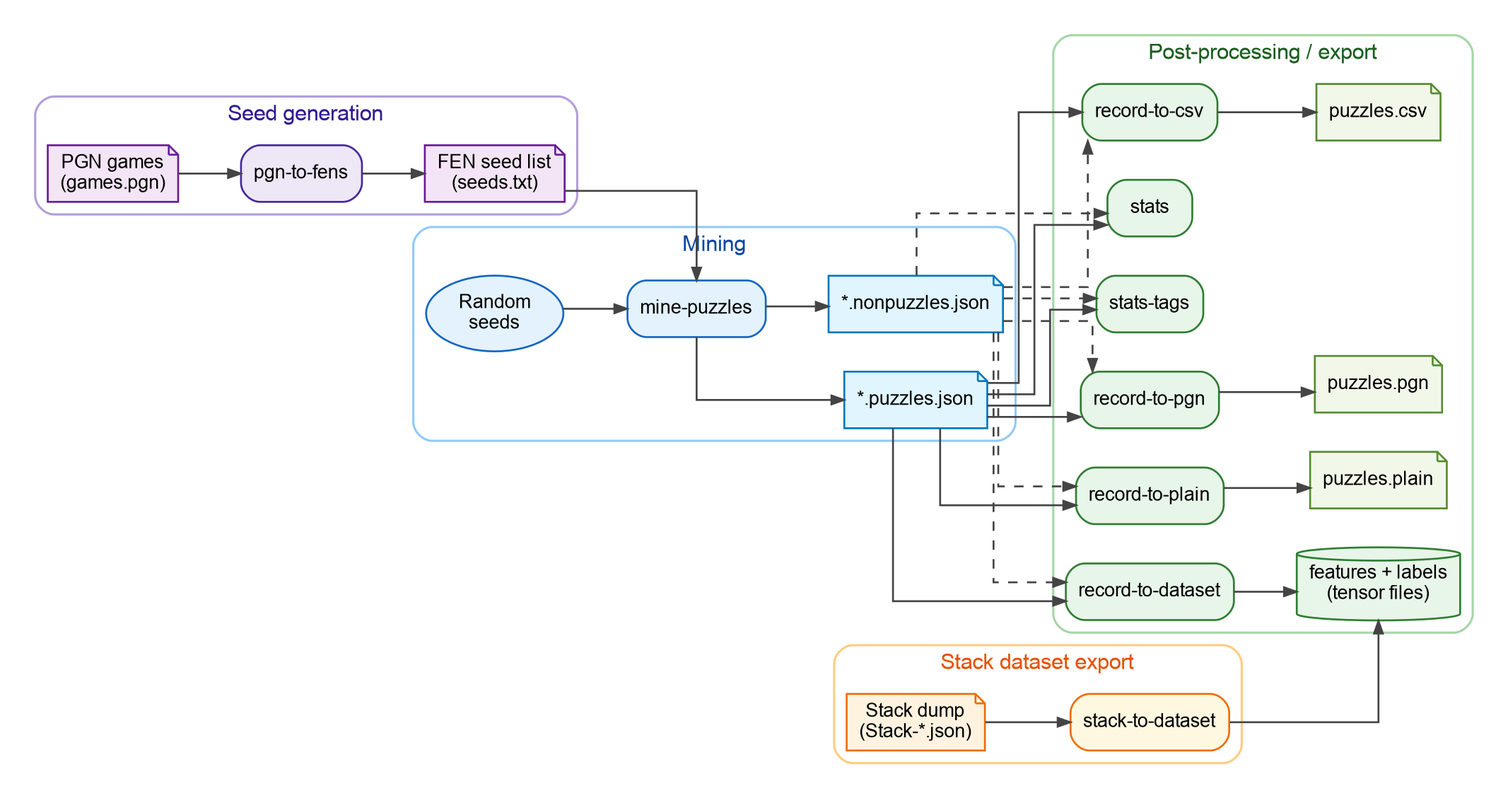
The Graphviz diagram assets/diagrams/crtk-pipeline-overview.png in LenniAConrad/chess-rtk, before a commit. Its source is kept beside it as assets/diagrams/crtk-pipeline-overview.dot. The source it was exported from:
```dot
digraph crtk_pipeline_overview {
  rankdir=LR;
  bgcolor="transparent";
  splines=ortho;
  pad="0.20";
  nodesep="0.35";
  ranksep="0.55";

  graph [fontname="Helvetica", fontsize=14];
  node  [fontname="Helvetica", fontsize=12];
  edge  [fontname="Helvetica", fontsize=10, color="#444444", arrowsize=0.8, penwidth=1.2];

  subgraph cluster_seed {
    label="Seed generation";
    style="rounded";
    color="#B39DDB";
    fontcolor="#311B92";
    penwidth=1.4;

    node [shape=note, style="filled", fillcolor="#F3E5F5", color="#6A1B9A", penwidth=1.2];
    pgn [label="PGN games\n(games.pgn)"];
    fens [label="FEN seed list\n(seeds.txt)"];

    node [shape=box, style="rounded,filled", fillcolor="#EDE7F6", color="#4527A0", penwidth=1.2];
    pgn_to_fens [label="pgn-to-fens"];
  }

  subgraph cluster_mining {
    label="Mining";
    style="rounded";
    color="#90CAF9";
    fontcolor="#0D47A1";
    penwidth=1.4;

    node [shape=oval, style="filled", fillcolor="#E3F2FD", color="#1565C0", penwidth=1.2];
    random [label="Random\nseeds"];

    node [shape=box, style="rounded,filled", fillcolor="#E3F2FD", color="#1565C0", penwidth=1.2];
    mine [label="mine-puzzles"];

    node [shape=note, style="filled", fillcolor="#E1F5FE", color="#0277BD", penwidth=1.2];
    puzzles [label="*.puzzles.json"];
    nonpuzzles [label="*.nonpuzzles.json"];
  }

  subgraph cluster_post {
    label="Post-processing / export";
    style="rounded";
    color="#A5D6A7";
    fontcolor="#1B5E20";
    penwidth=1.4;

    node [shape=box, style="rounded,filled", fillcolor="#E8F5E9", color="#2E7D32", penwidth=1.2];
    stats [label="stats"];
    stats_tags [label="stats-tags"];
    record_to_csv [label="record-to-csv"];
    record_to_pgn [label="record-to-pgn"];
    record_to_plain [label="record-to-plain"];
    record_to_dataset [label="record-to-dataset"];

    node [shape=note, style="filled", fillcolor="#F1F8E9", color="#558B2F", penwidth=1.2];
    out_csv [label="puzzles.csv"];
    out_pgn [label="puzzles.pgn"];
    out_plain [label="puzzles.plain"];

    node [shape=cylinder, style="filled", fillcolor="#E8F5E9", color="#2E7D32", penwidth=1.2];
    tensors [label="features + labels\n(tensor files)"];
  }

  subgraph cluster_stack {
    label="Stack dataset export";
    style="rounded";
    color="#FFCC80";
    fontcolor="#E65100";
    penwidth=1.4;

    node [shape=note, style="filled", fillcolor="#FFF3E0", color="#EF6C00", penwidth=1.2];
    stack [label="Stack dump\n(Stack-*.json)"];

    node [shape=box, style="rounded,filled", fillcolor="#FFF8E1", color="#EF6C00", penwidth=1.2];
    stack_to_dataset [label="stack-to-dataset"];
  }

  pgn -> pgn_to_fens;
  pgn_to_fens -> fens;

  fens -> mine;
  random -> mine;
  mine -> puzzles;
  mine -> nonpuzzles;

  puzzles -> stats;
  nonpuzzles -> stats [style=dashed];

  puzzles -> stats_tags;
  nonpuzzles -> stats_tags [style=dashed];

  puzzles -> record_to_csv;
  puzzles -> record_to_pgn;
  puzzles -> record_to_plain;
  puzzles -> record_to_dataset;

  nonpuzzles -> record_to_csv [style=dashed];
  nonpuzzles -> record_to_pgn [style=dashed];
  nonpuzzles -> record_to_plain [style=dashed];
  nonpuzzles -> record_to_dataset [style=dashed];

  record_to_csv -> out_csv;
  record_to_pgn -> out_pgn;
  record_to_plain -> out_plain;

  record_to_dataset -> tensors;

  stack -> stack_to_dataset;
  stack_to_dataset -> tensors;
}
```
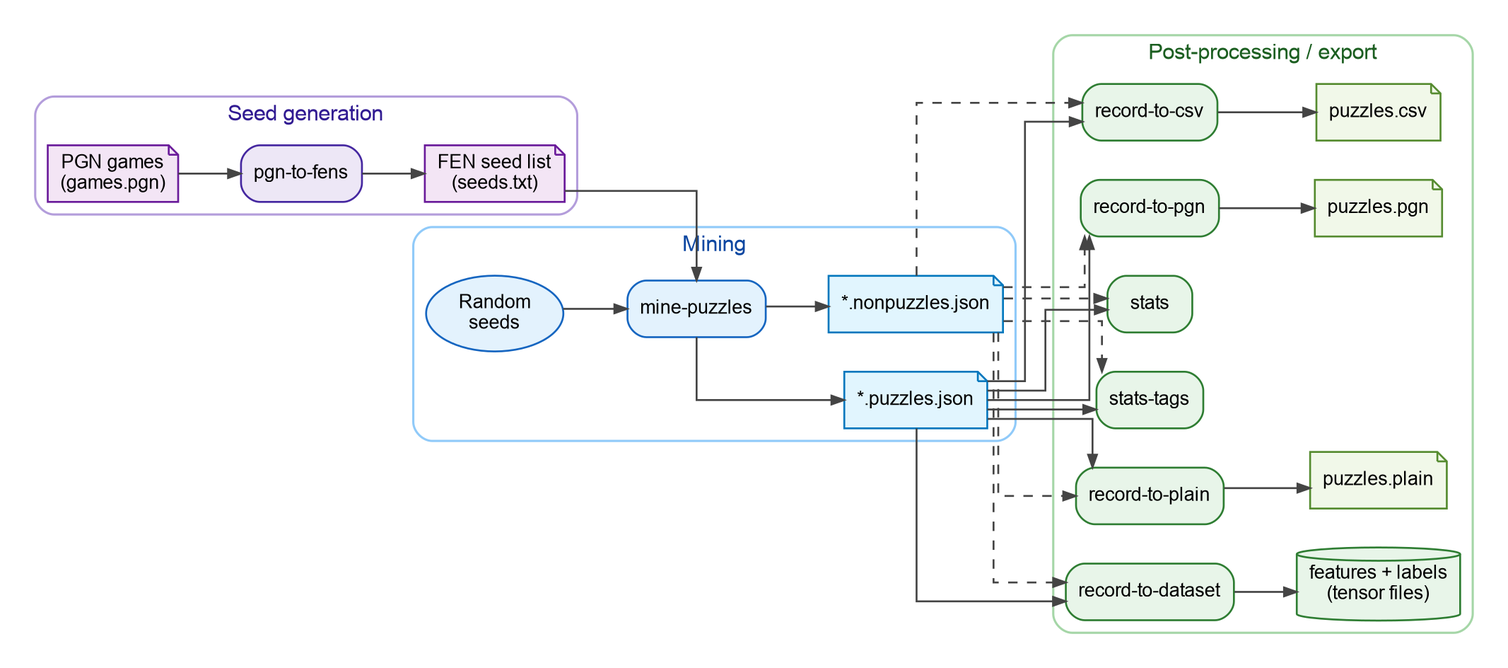
After the commit.

What changed in the source:
```diff
@@ -67,20 +67,6 @@
     tensors [label="features + labels\n(tensor files)"];
   }
 
-  subgraph cluster_stack {
-    label="Stack dataset export";
-    style="rounded";
-    color="#FFCC80";
-    fontcolor="#E65100";
-    penwidth=1.4;
-
-    node [shape=note, style="filled", fillcolor="#FFF3E0", color="#EF6C00", penwidth=1.2];
-    stack [label="Stack dump\n(Stack-*.json)"];
-
-    node [shape=box, style="rounded,filled", fillcolor="#FFF8E1", color="#EF6C00", penwidth=1.2];
-    stack_to_dataset [label="stack-to-dataset"];
-  }
-
   pgn -> pgn_to_fens;
   pgn_to_fens -> fens;
 
@@ -111,6 +97,4 @@
 
   record_to_dataset -> tensors;
 
-  stack -> stack_to_dataset;
-  stack_to_dataset -> tensors;
 }
```
